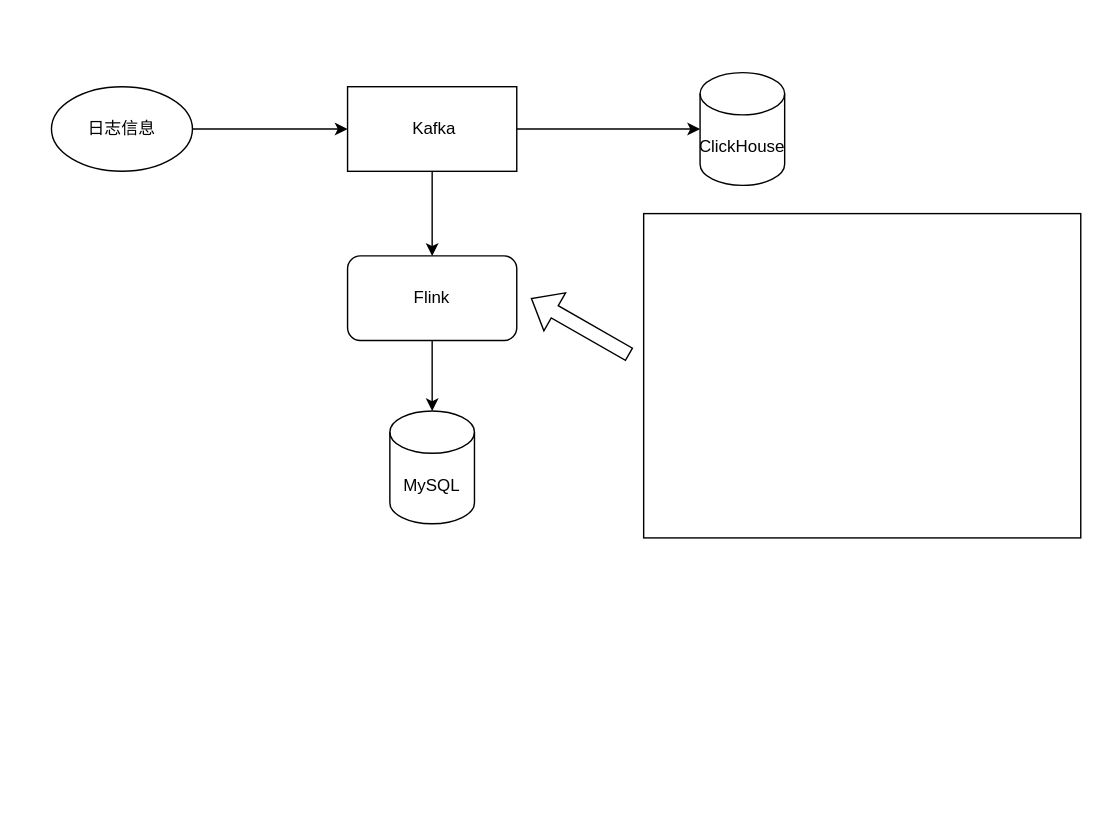
Before: draw.io/Flink 新逻辑图.drawio in KeatonLi/pictures, a draw.io diagram. Source tidied: cells renumbered, new cells numbered last; positions are measured from the earlier drawing's top-left corner, leaving out a move shared by most shapes. Both pictures are drawn from the tidied source at 141%, with x=0, y=0 at pixel (51, 72).
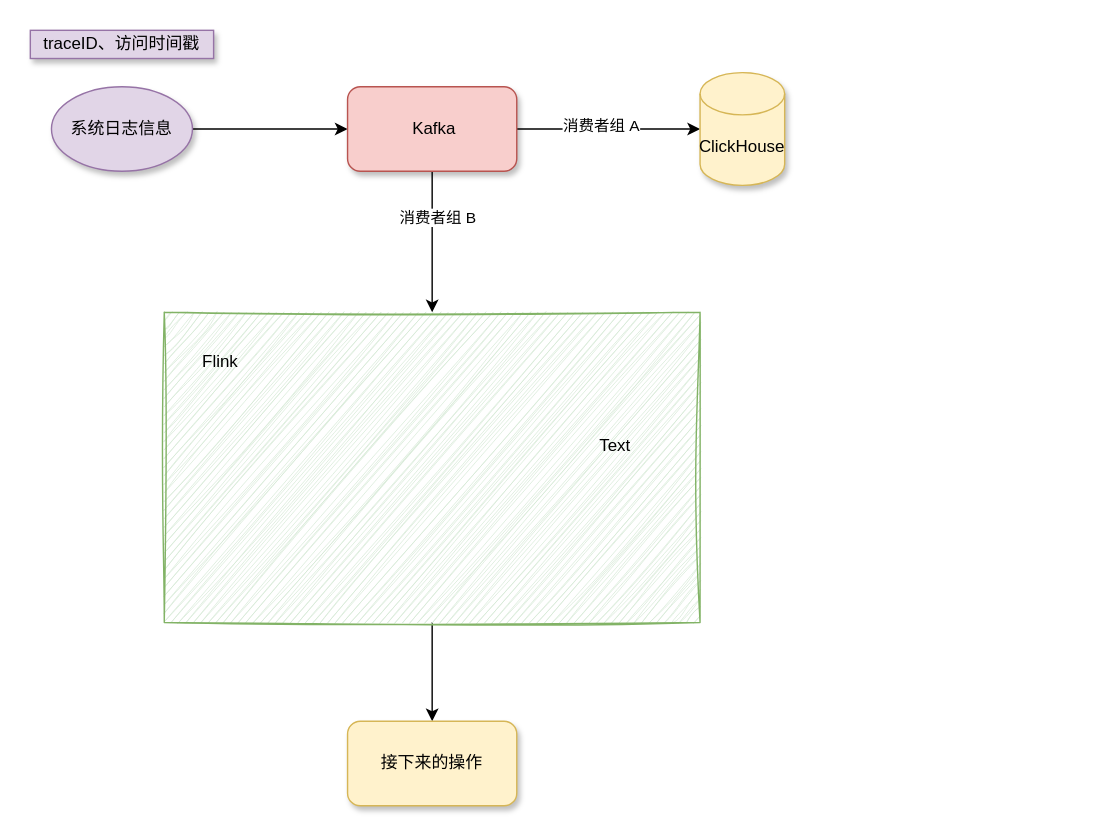
The same page after the edit.

Commit message (it also covers changes not shown here):
更新Flink 新逻辑图.drawio

What changed in the source:
```diff
@@
 <mxGraphModel>
   <root>
     <mxCell id="0" />
     <mxCell id="1" parent="0" />
     <mxCell id="2" style="edgeStyle=orthogonalEdgeStyle;rounded=0;jettySize=auto;html=1;entryX=0;entryY=0.5;entryDx=0;entryDy=0;" parent="1" edge="1" source="3" target="6">
       <mxGeometry relative="1" as="geometry" />
     </mxCell>
-    <mxCell id="3" value="日志信息" style="ellipse;whiteSpace=wrap;html=1;" parent="1" vertex="1">
+    <mxCell id="3" value="系统日志信息" style="ellipse;whiteSpace=wrap;html=1;shadow=1;fillColor=#e1d5e7;strokeColor=#9673a6;" parent="1" vertex="1">
       <mxGeometry y="10" width="100" height="60" as="geometry" />
     </mxCell>
     <mxCell id="4" style="edgeStyle=orthogonalEdgeStyle;rounded=0;jettySize=auto;html=1;" parent="1" edge="1" source="6" target="7">
       <mxGeometry relative="1" as="geometry" />
     </mxCell>
+    <mxCell id="13" value="消费者组 A" style="edgeLabel;html=1;align=center;verticalAlign=middle;" parent="4" vertex="1">
+      <mxGeometry x="-0.09" y="3" relative="1" as="geometry" />
+    </mxCell>
     <mxCell id="5" style="edgeStyle=orthogonalEdgeStyle;rounded=0;jettySize=auto;html=1;entryX=0.5;entryY=0;entryDx=0;entryDy=0;" parent="1" edge="1" source="6" target="8">
       <mxGeometry relative="1" as="geometry" />
     </mxCell>
+    <mxCell id="14" value="消费者组 B" style="edgeLabel;html=1;align=center;verticalAlign=middle;" parent="5" vertex="1">
+      <mxGeometry x="-0.37" y="3" relative="1" as="geometry" />
+    </mxCell>
-    <mxCell id="6" value="&amp;nbsp;Kafka" style="rounded=0;whiteSpace=wrap;html=1;" parent="1" vertex="1">
+    <mxCell id="6" value="&amp;nbsp;Kafka" style="rounded=1;whiteSpace=wrap;html=1;fillColor=#f8cecc;strokeColor=#b85450;glass=0;shadow=1;" parent="1" vertex="1">
       <mxGeometry x="210" y="10" width="120" height="60" as="geometry" />
     </mxCell>
-    <mxCell id="7" value="ClickHouse" style="shape=cylinder3;whiteSpace=wrap;html=1;boundedLbl=1;backgroundOutline=1;size=15;rotation=0;" parent="1" vertex="1">
+    <mxCell id="7" value="ClickHouse" style="shape=cylinder3;whiteSpace=wrap;html=1;boundedLbl=1;backgroundOutline=1;size=15;rotation=0;fillColor=#fff2cc;strokeColor=#d6b656;shadow=1;" parent="1" vertex="1">
       <mxGeometry x="460" width="60" height="80" as="geometry" />
     </mxCell>
+    <mxCell id="15" style="edgeStyle=orthogonalEdgeStyle;rounded=0;jettySize=auto;html=1;entryX=0.5;entryY=0;entryDx=0;entryDy=0;" parent="1" edge="1" source="8" target="19">
+      <mxGeometry relative="1" as="geometry" />
+    </mxCell>
-    <mxCell id="8" value="Flink" style="rounded=1;whiteSpace=wrap;html=1;" parent="1" vertex="1">
-      <mxGeometry x="210" y="130" width="120" height="60" as="geometry" />
+    <mxCell id="8" style="rounded=0;whiteSpace=wrap;html=1;fillColor=#d5e8d4;strokeColor=#82b366;sketch=1;curveFitting=1;jiggle=2;shadow=0;" parent="1" vertex="1">
+      <mxGeometry x="80" y="170" width="380" height="220" as="geometry" />
     </mxCell>
-    <mxCell id="9" value="MySQL" style="shape=cylinder3;whiteSpace=wrap;html=1;boundedLbl=1;backgroundOutline=1;size=15;" parent="1" vertex="1">
-      <mxGeometry x="240" y="240" width="60" height="80" as="geometry" />
-    </mxCell>
-    <mxCell id="10" style="edgeStyle=orthogonalEdgeStyle;rounded=0;jettySize=auto;html=1;entryX=0.5;entryY=0;entryDx=0;entryDy=0;entryPerimeter=0;" parent="1" edge="1" source="8" target="9">
-      <mxGeometry relative="1" as="geometry" />
-    </mxCell>
-    <mxCell id="11" style="rounded=0;whiteSpace=wrap;html=1;" parent="1" vertex="1">
-      <mxGeometry x="420" y="100" width="310" height="230" as="geometry" />
-    </mxCell>
-    <mxCell id="12" style="shape=flexArrow;endArrow=classic;html=1;rounded=0;" parent="1" edge="1">
-      <mxGeometry relative="1" as="geometry">
-        <mxPoint x="410" y="200" as="sourcePoint" />
-        <mxPoint x="340" y="160" as="targetPoint" />
-      </mxGeometry>
-    </mxCell>
+    <mxCell id="16" value="traceID、访问时间戳" style="rounded=0;whiteSpace=wrap;html=1;fillColor=#e1d5e7;strokeColor=#9673a6;shadow=1;" parent="1" vertex="1">
+      <mxGeometry x="-15" y="-30" width="130" height="20" as="geometry" />
+    </mxCell>
+    <mxCell id="17" value="Flink" style="text;html=1;align=center;verticalAlign=middle;whiteSpace=wrap;rounded=0;" parent="1" vertex="1">
+      <mxGeometry x="90" y="190" width="60" height="30" as="geometry" />
+    </mxCell>
+    <mxCell id="18" value="Text" style="text;html=1;align=center;verticalAlign=middle;whiteSpace=wrap;rounded=0;" parent="1" vertex="1">
+      <mxGeometry x="370" y="250" width="60" height="30" as="geometry" />
+    </mxCell>
+    <mxCell id="19" value="接下来的操作" style="rounded=1;whiteSpace=wrap;html=1;fillColor=#fff2cc;strokeColor=#d6b656;shadow=1;" parent="1" vertex="1">
+      <mxGeometry x="210" y="460" width="120" height="60" as="geometry" />
+    </mxCell>
   </root>
 </mxGraphModel>
```
